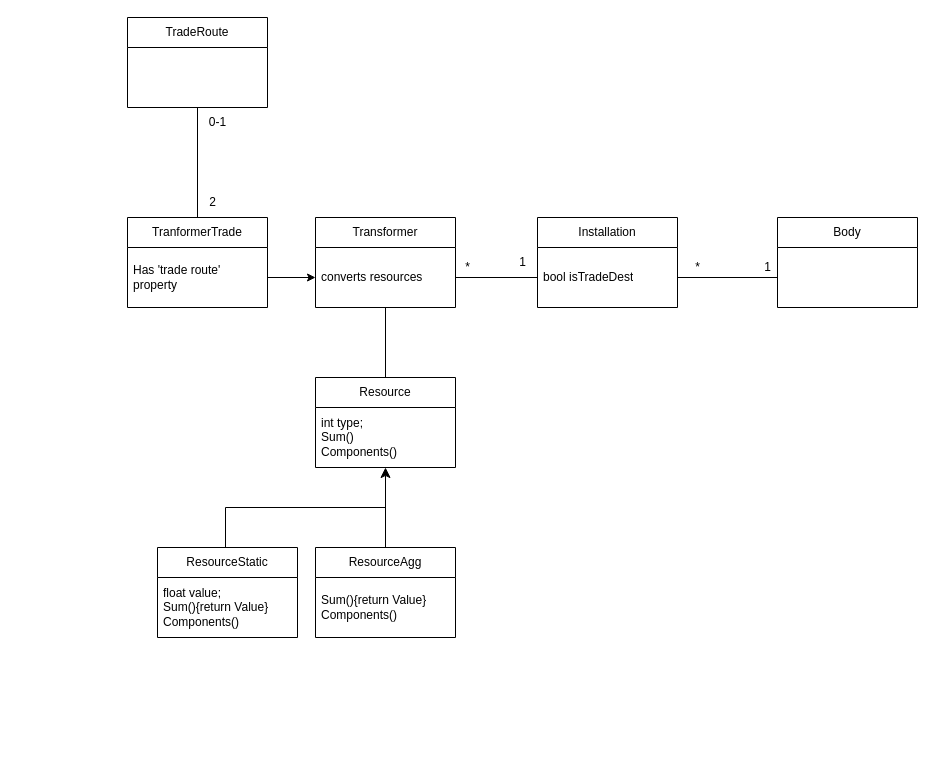
The draw.io diagram UML.drawio in CallumWalley/tradeTest, before the edit. Source tidied: cells renumbered, new cells numbered last; positions are measured from the earlier drawing's top-left corner, leaving out a move shared by most shapes. Both pictures are drawn from the tidied source at 100%, with x=0, y=0 at pixel (127, 17).
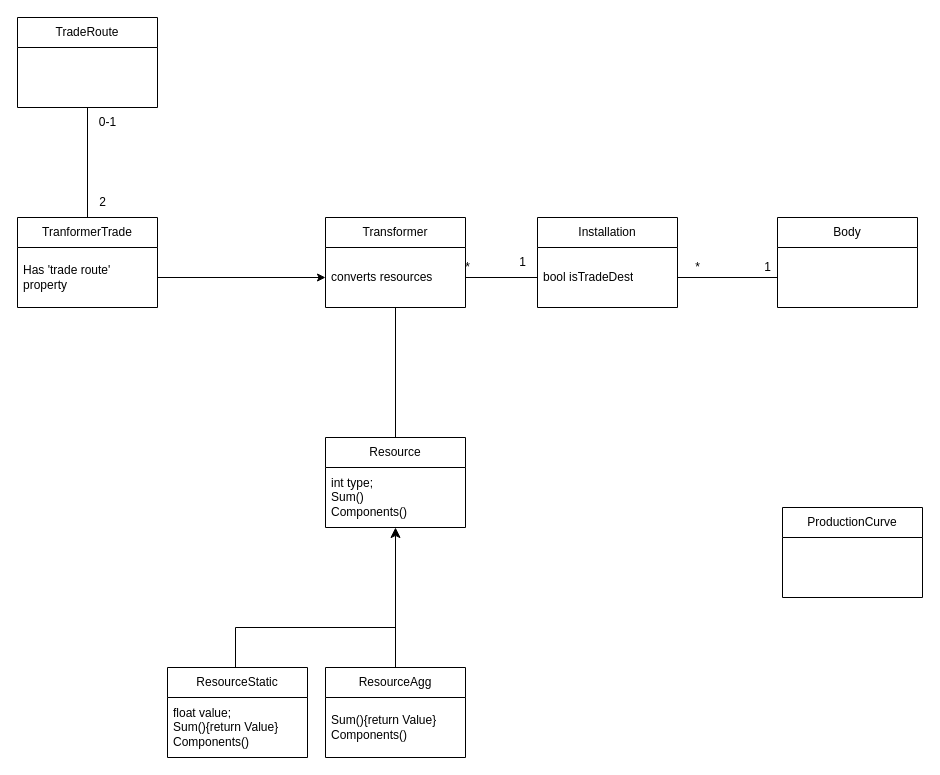
The same page after the edit.

Change to the diagram source:
```diff
@@
     <mxCell id="3" value="Resource" style="swimlane;fontStyle=0;horizontal=1;startSize=30;whiteSpace=wrap;html=1;" parent="1" vertex="1">
-      <mxGeometry x="188" y="360" width="140" height="90" as="geometry" />
+      <mxGeometry x="198" y="420" width="140" height="90" as="geometry" />
     </mxCell>
@@
     <mxCell id="5" value="ResourceStatic" style="swimlane;fontStyle=0;horizontal=1;startSize=30;whiteSpace=wrap;html=1;" parent="1" vertex="1">
-      <mxGeometry x="30" y="530" width="140" height="90" as="geometry" />
+      <mxGeometry x="40" y="650" width="140" height="90" as="geometry" />
     </mxCell>
@@
     <mxCell id="7" value="ResourceAgg" style="swimlane;fontStyle=0;horizontal=1;startSize=30;whiteSpace=wrap;html=1;" parent="1" vertex="1">
-      <mxGeometry x="188" y="530" width="140" height="90" as="geometry" />
+      <mxGeometry x="198" y="650" width="140" height="90" as="geometry" />
     </mxCell>
@@
     <mxCell id="10" style="edgeStyle=elbowEdgeStyle;elbow=horizontal;endArrow=none;html=1;curved=0;rounded=0;endSize=8;startSize=8;exitX=0.5;exitY=0;exitDx=0;exitDy=0;endFill=0;" parent="1" edge="1" source="5">
       <mxGeometry relative="1" as="geometry">
-        <mxPoint x="258" y="490" as="targetPoint" />
+        <mxPoint x="268" y="610" as="targetPoint" />
         <Array as="points">
-          <mxPoint x="98" y="480" />
+          <mxPoint x="108" y="600" />
         </Array>
       </mxGeometry>
     </mxCell>
@@
     <mxCell id="15" value="TradeRoute" style="swimlane;fontStyle=0;horizontal=1;startSize=30;whiteSpace=wrap;html=1;" parent="1" vertex="1">
-      <mxGeometry width="140" height="90" as="geometry" />
+      <mxGeometry x="-110" width="140" height="90" as="geometry" />
     </mxCell>
     <mxCell id="16" value="Transformer" style="swimlane;fontStyle=0;horizontal=1;startSize=30;whiteSpace=wrap;html=1;" parent="1" vertex="1">
-      <mxGeometry x="188" y="200" width="140" height="90" as="geometry" />
+      <mxGeometry x="198" y="200" width="140" height="90" as="geometry" />
     </mxCell>
@@
     <mxCell id="22" value="0-1" style="text;html=1;align=center;verticalAlign=middle;strokeColor=none;fillColor=none;" parent="1" vertex="1">
-      <mxGeometry x="70" y="90" width="40" height="30" as="geometry" />
+      <mxGeometry x="-40" y="90" width="40" height="30" as="geometry" />
     </mxCell>
     <mxCell id="23" value="2" style="text;html=1;align=center;verticalAlign=middle;strokeColor=none;fillColor=none;" parent="1" vertex="1">
-      <mxGeometry x="70" y="170" width="30" height="30" as="geometry" />
+      <mxGeometry x="-40" y="170" width="30" height="30" as="geometry" />
     </mxCell>
@@
     <mxCell id="26" value="TranformerTrade" style="swimlane;fontStyle=0;horizontal=1;startSize=30;whiteSpace=wrap;html=1;" parent="1" vertex="1">
-      <mxGeometry y="200" width="140" height="90" as="geometry" />
+      <mxGeometry x="-110" y="200" width="140" height="90" as="geometry" />
     </mxCell>
@@
+    <mxCell id="29" value="ProductionCurve" style="swimlane;fontStyle=0;horizontal=1;startSize=30;whiteSpace=wrap;html=1;" parent="1" vertex="1">
+      <mxGeometry x="655" y="490" width="140" height="90" as="geometry" />
+    </mxCell>
```
